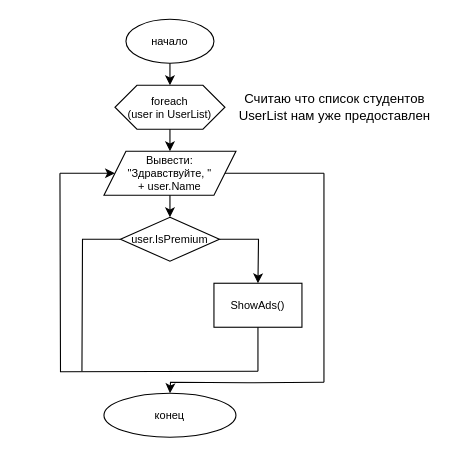
This is SF12_1_5.drawio from mekrav/SF_Tasks, a draw.io file, before an edit. Source tidied: cells renumbered, new cells numbered last; positions are measured from the earlier drawing's top-left corner, leaving out a move shared by most shapes. Both pictures are drawn from the tidied source at 110%, with x=0, y=0 at pixel (59, 19).
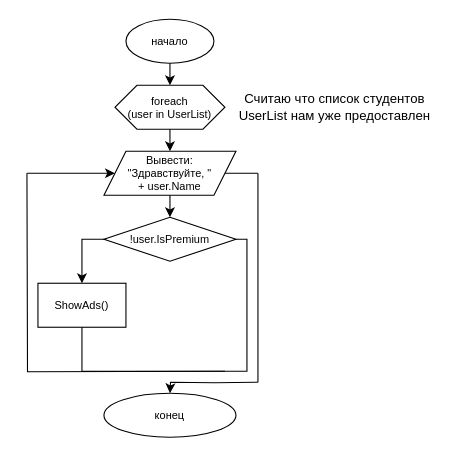
The same diagram, later.

The change refers to these unchanged cells:
```xml
<mxCell id="6" value="Вывести: &lt;br&gt;&quot;Здравствуйте, &quot; &lt;br&gt;+ user.Name" style="shape=parallelogram;perimeter=parallelogramPerimeter;whiteSpace=wrap;html=1;fixedSize=1;fontSize=10;" parent="1" vertex="1">
  <mxGeometry x="40" y="120" width="120" height="40" as="geometry" />
</mxCell>
```

What changed in the source:
```diff
@@
-    <mxCell id="8" value="user.IsPremium" style="rhombus;whiteSpace=wrap;html=1;fontSize=10;" parent="1" vertex="1">
-      <mxGeometry x="55" y="180" width="90" height="40" as="geometry" />
+    <mxCell id="8" value="!user.IsPremium" style="rhombus;whiteSpace=wrap;html=1;fontSize=10;" parent="1" vertex="1">
+      <mxGeometry x="40" y="180" width="120" height="40" as="geometry" />
     </mxCell>
@@
-    <mxCell id="10" style="endArrow=classic;html=1;rounded=0;fontSize=10;exitX=1;exitY=0.5;exitDx=0;exitDy=0;edgeStyle=orthogonalEdgeStyle;" parent="1" edge="1" source="8">
-      <mxGeometry relative="1" as="geometry">
-        <mxPoint x="180" y="240" as="targetPoint" />
-      </mxGeometry>
-    </mxCell>
     <mxCell id="11" value="ShowAds()" style="rounded=0;whiteSpace=wrap;html=1;fontSize=10;" parent="1" vertex="1">
-      <mxGeometry x="140" y="240" width="80" height="40" as="geometry" />
+      <mxGeometry x="-20" y="240" width="80" height="40" as="geometry" />
     </mxCell>
     <mxCell id="12" style="endArrow=none;html=1;rounded=0;fontSize=10;exitX=0.5;exitY=1;exitDx=0;exitDy=0;" parent="1" edge="1" source="11">
       <mxGeometry relative="1" as="geometry">
-        <mxPoint x="180" y="320" as="targetPoint" />
+        <mxPoint x="20" y="320" as="targetPoint" />
       </mxGeometry>
     </mxCell>
-    <mxCell id="13" style="endArrow=none;html=1;rounded=0;fontSize=10;exitX=0;exitY=0.5;exitDx=0;exitDy=0;edgeStyle=orthogonalEdgeStyle;" parent="1" edge="1" source="8">
+    <mxCell id="13" style="endArrow=none;html=1;rounded=0;fontSize=10;edgeStyle=orthogonalEdgeStyle;" parent="1" edge="1">
       <mxGeometry relative="1" as="geometry">
+        <mxPoint x="160" y="200" as="sourcePoint" />
         <mxPoint x="20" y="320" as="targetPoint" />
+        <Array as="points">
+          <mxPoint x="170" y="200" />
+          <mxPoint x="170" y="320" />
+        </Array>
       </mxGeometry>
     </mxCell>
     <mxCell id="14" style="endArrow=none;html=1;rounded=0;fontSize=10;edgeStyle=orthogonalEdgeStyle;" parent="1" edge="1">
       <mxGeometry relative="1" as="geometry">
-        <mxPoint x="180" y="320" as="sourcePoint" />
-        <mxPoint y="140" as="targetPoint" />
+        <mxPoint x="150" y="320" as="sourcePoint" />
+        <mxPoint x="-30" y="140" as="targetPoint" />
       </mxGeometry>
     </mxCell>
     <mxCell id="15" style="endArrow=classic;html=1;rounded=0;fontSize=10;entryX=0;entryY=0.5;entryDx=0;entryDy=0;" parent="1" edge="1" target="6">
       <mxGeometry relative="1" as="geometry">
-        <mxPoint y="140" as="sourcePoint" />
+        <mxPoint x="-30" y="140" as="sourcePoint" />
       </mxGeometry>
     </mxCell>
     <mxCell id="16" style="endArrow=none;html=1;rounded=0;fontSize=10;entryX=1;entryY=0.5;entryDx=0;entryDy=0;" parent="1" edge="1" target="6">
       <mxGeometry relative="1" as="geometry">
-        <mxPoint x="240" y="140" as="sourcePoint" />
+        <mxPoint x="180" y="140" as="sourcePoint" />
       </mxGeometry>
     </mxCell>
     <mxCell id="17" style="endArrow=none;html=1;rounded=0;fontSize=10;" parent="1" edge="1">
       <mxGeometry relative="1" as="geometry">
-        <mxPoint x="240" y="330" as="sourcePoint" />
-        <mxPoint x="240" y="140" as="targetPoint" />
+        <mxPoint x="180" y="330" as="sourcePoint" />
+        <mxPoint x="180" y="140" as="targetPoint" />
       </mxGeometry>
     </mxCell>
     <mxCell id="18" style="endArrow=classic;html=1;rounded=0;fontSize=10;edgeStyle=orthogonalEdgeStyle;" parent="1" edge="1">
       <mxGeometry relative="1" as="geometry">
-        <mxPoint x="240" y="330" as="sourcePoint" />
+        <mxPoint x="180" y="330" as="sourcePoint" />
         <mxPoint x="100" y="340" as="targetPoint" />
       </mxGeometry>
     </mxCell>
@@
+    <mxCell id="20" style="endArrow=classic;html=1;rounded=0;fontSize=10;entryX=0.5;entryY=0;entryDx=0;entryDy=0;exitX=0;exitY=0.5;exitDx=0;exitDy=0;edgeStyle=orthogonalEdgeStyle;" parent="1" edge="1" source="8" target="11">
+      <mxGeometry relative="1" as="geometry" />
+    </mxCell>
```
